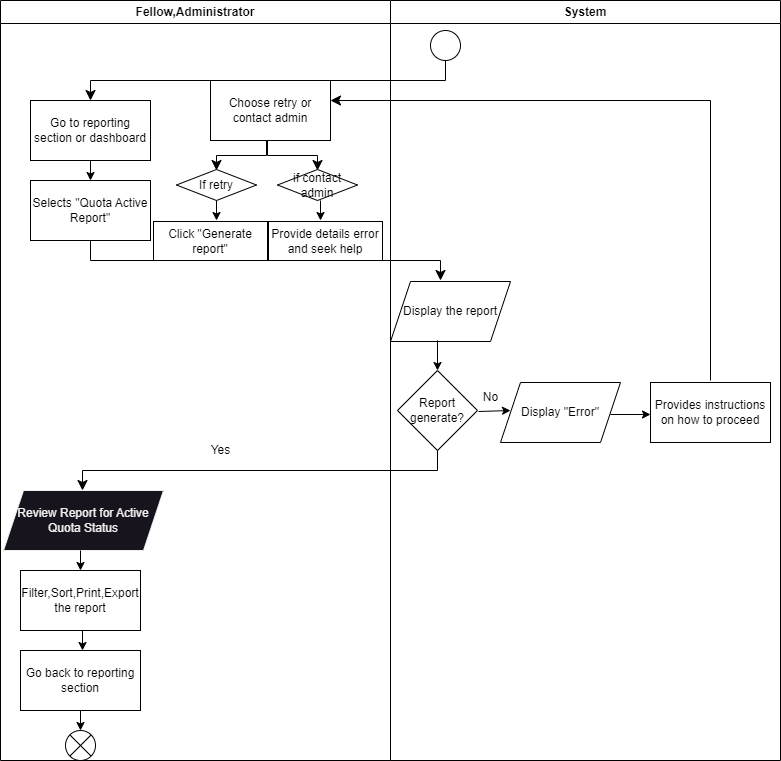
Before: project/drawio/stakeholder/activity diagram/uc10.png, a diagram exported from draw.io (drshahizan/software-engineering). Source tidied: cells renumbered, new cells last; positions are measured from the earlier drawing's top-left corner, leaving out a move shared by most shapes.
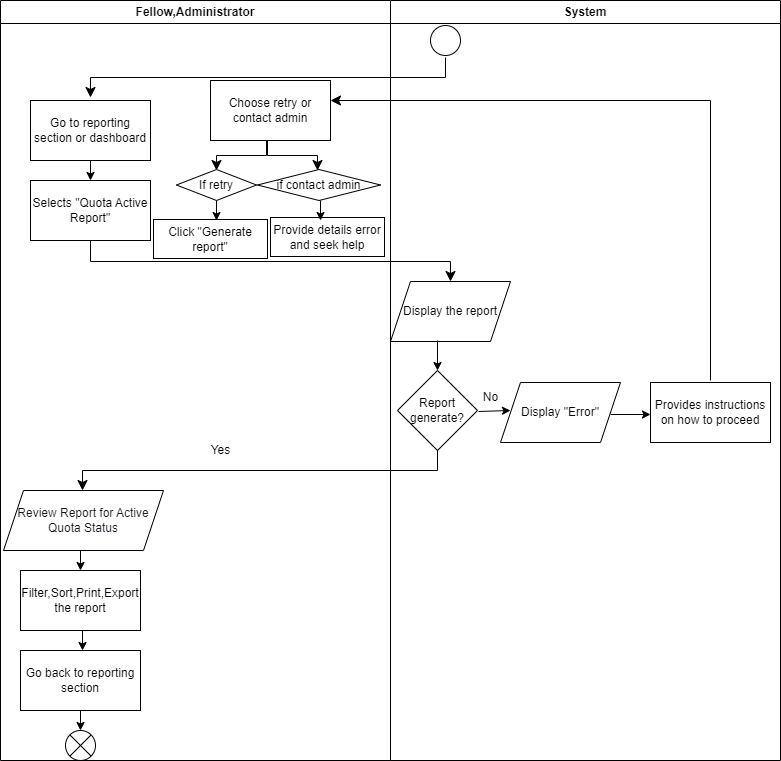
The same file after the commit.

What changed in the source:
```diff
@@ -3,12 +3,12 @@
     <mxCell id="0" />
     <mxCell id="1" parent="0" />
     <mxCell id="2" style="ellipse;" parent="1" vertex="1">
-      <mxGeometry x="430" y="30" width="30" height="30" as="geometry" />
+      <mxGeometry x="430" y="25" width="30" height="30" as="geometry" />
     </mxCell>
     <mxCell id="3" style="edgeStyle=elbowEdgeStyle;elbow=vertical;endArrow=classic;html=1;curved=0;rounded=0;endSize=8;startSize=8;" parent="1" edge="1">
       <mxGeometry relative="1" as="geometry">
-        <mxPoint x="445" y="60" as="sourcePoint" />
-        <mxPoint x="90" y="100" as="targetPoint" />
+        <mxPoint x="445" y="57" as="sourcePoint" />
+        <mxPoint x="90" y="97" as="targetPoint" />
       </mxGeometry>
     </mxCell>
     <mxCell id="4" value="Go to reporting section or dashboard" style="rounded=0;whiteSpace=wrap;html=1;" parent="1" vertex="1">
@@ -23,10 +23,9 @@
     <mxCell id="6" value="Selects &quot;Quota Active Report&quot;" style="rounded=0;whiteSpace=wrap;html=1;" parent="1" vertex="1">
       <mxGeometry x="30" y="180" width="120" height="60" as="geometry" />
     </mxCell>
-    <mxCell id="7" style="edgeStyle=elbowEdgeStyle;elbow=vertical;endArrow=classic;html=1;curved=0;rounded=0;endSize=8;startSize=8;" parent="1" edge="1">
+    <mxCell id="7" style="edgeStyle=elbowEdgeStyle;elbow=vertical;endArrow=classic;html=1;curved=0;rounded=0;endSize=8;startSize=8;entryX=0.5;entryY=0;entryDx=0;entryDy=0;" parent="1" edge="1" target="8">
       <mxGeometry relative="1" as="geometry">
         <mxPoint x="90" y="240" as="sourcePoint" />
-        <mxPoint x="440" y="280" as="targetPoint" />
       </mxGeometry>
     </mxCell>
     <mxCell id="8" value="Display the report" style="shape=parallelogram;perimeter=parallelogramPerimeter;whiteSpace=wrap;html=1;fixedSize=1;" parent="1" vertex="1">
@@ -47,7 +46,7 @@
         <mxPoint x="82" y="490" as="targetPoint" />
       </mxGeometry>
     </mxCell>
-    <mxCell id="12" value="Review Report for Active Quota Status" style="shape=parallelogram;perimeter=parallelogramPerimeter;whiteSpace=wrap;html=1;fixedSize=1;fontFamily=Helvetica;fontSize=12;fontColor=rgb(240, 240, 240);align=center;strokeColor=rgb(240, 240, 240);fillColor=rgb(24, 20, 29);" parent="1" vertex="1">
+    <mxCell id="12" value="&lt;font color=&quot;#18141d&quot;&gt;Review Report for Active Quota Status&lt;/font&gt;" style="shape=parallelogram;perimeter=parallelogramPerimeter;whiteSpace=wrap;html=1;fixedSize=1;fontFamily=Helvetica;fontSize=12;fontColor=rgb(240, 240, 240);align=center;strokeColor=#000000;fillColor=#FFFFFF;" parent="1" vertex="1">
       <mxGeometry x="3" y="490" width="160" height="60" as="geometry" />
     </mxCell>
     <mxCell id="13" style="endArrow=classic;html=1;" parent="1" edge="1">
@@ -129,7 +128,7 @@
       <mxGeometry x="176" y="169" width="80" height="31" as="geometry" />
     </mxCell>
     <mxCell id="30" value="if contact admin" style="rhombus;whiteSpace=wrap;html=1;" parent="1" vertex="1">
-      <mxGeometry x="277" y="169" width="80" height="31" as="geometry" />
+      <mxGeometry x="257" y="169" width="123" height="31" as="geometry" />
     </mxCell>
     <mxCell id="31" style="endArrow=classic;html=1;" parent="1" edge="1">
       <mxGeometry relative="1" as="geometry">
@@ -138,10 +137,10 @@
       </mxGeometry>
     </mxCell>
     <mxCell id="32" value="Click &quot;Generate report&quot;" style="rounded=0;whiteSpace=wrap;html=1;" parent="1" vertex="1">
-      <mxGeometry x="153" y="221" width="114" height="39" as="geometry" />
+      <mxGeometry x="153" y="219" width="114" height="39" as="geometry" />
     </mxCell>
     <mxCell id="33" value="Provide details error and seek help" style="rounded=0;whiteSpace=wrap;html=1;" parent="1" vertex="1">
-      <mxGeometry x="268" y="221" width="114" height="39" as="geometry" />
+      <mxGeometry x="270" y="217" width="114" height="39" as="geometry" />
     </mxCell>
     <mxCell id="34" style="endArrow=classic;html=1;" parent="1" edge="1">
       <mxGeometry relative="1" as="geometry">
```
